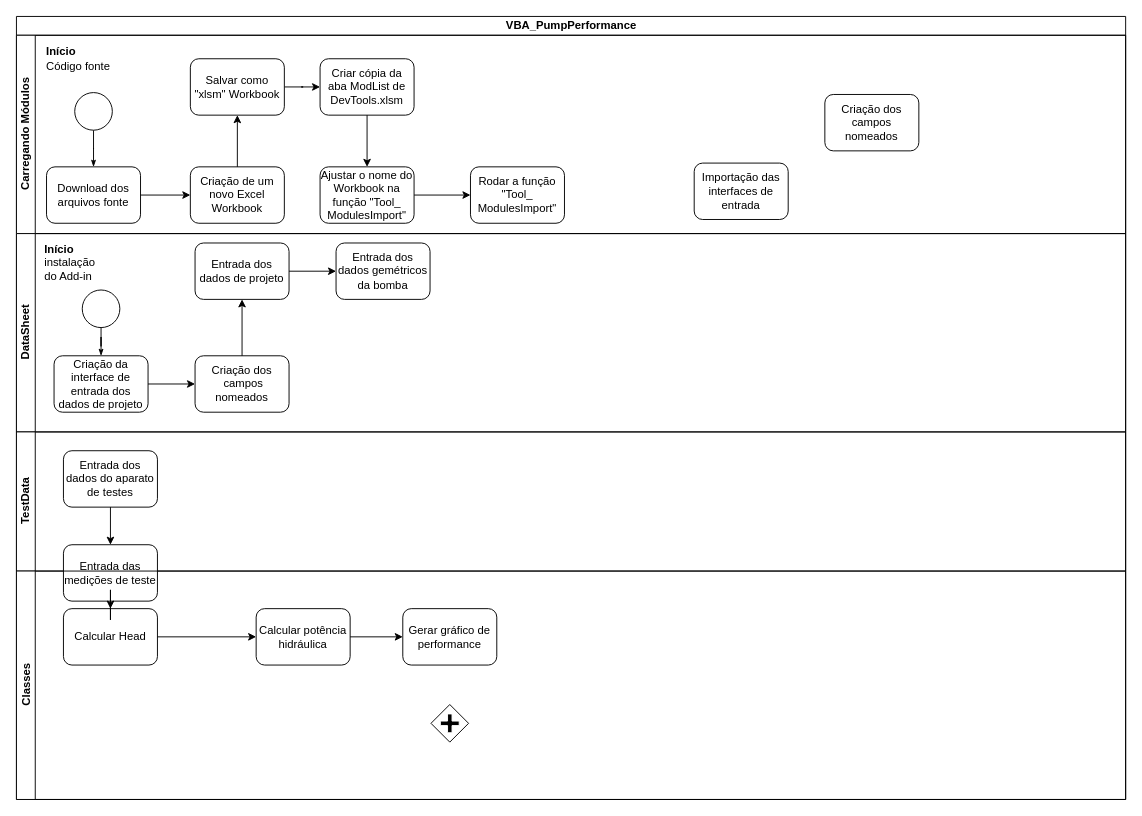
Earlier version of the draw.io diagram Fluxograma de Processo.drawio (eu-cristofer/VBA_PumpPerformance). Source tidied: cells renumbered, new cells numbered last; positions are measured from the earlier drawing's top-left corner, leaving out a move shared by most shapes. Both pictures are drawn from the tidied source at 94%, with x=0, y=0 at pixel (16, 16).
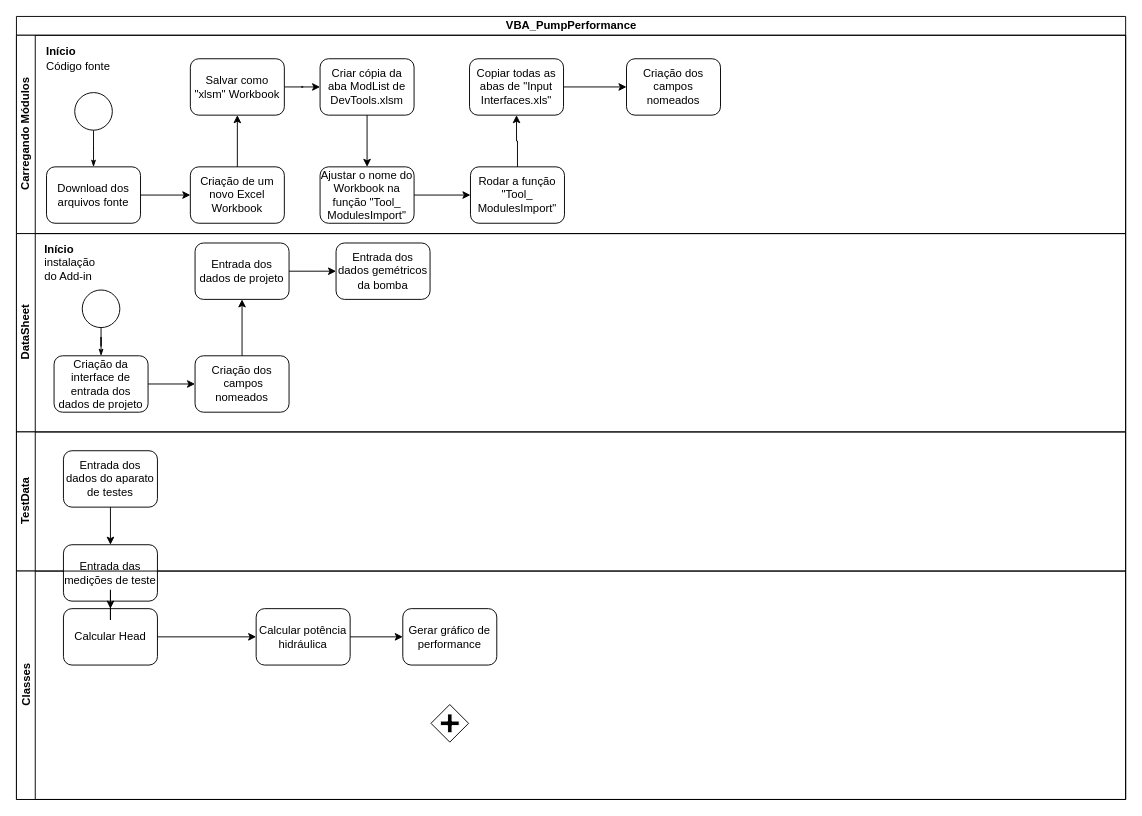
Above is the later version.

Commit message:
Update Fluxograma de Processo

Unchanged cells that the change refers to:
```xml
<mxCell id="3" value="Carregando Módulos" style="swimlane;html=1;startSize=20;horizontal=0;fontFamily=Helvetica;" parent="2" vertex="1">
  <mxGeometry y="20" width="1180" height="211" as="geometry" />
</mxCell>
<mxCell id="13" value="Rodar a função &quot;Tool_&lt;br&gt;ModulesImport&quot;" style="rounded=1;whiteSpace=wrap;html=1;shadow=0;labelBackgroundColor=none;strokeWidth=1;fontFamily=Helvetica;fontSize=12;align=center;" parent="3" vertex="1">
  <mxGeometry x="483" y="140" width="100" height="60" as="geometry" />
</mxCell>
```

The edit, as a diff of the source:
```diff
@@
     <mxCell id="8" value="Criação dos campos nomeados" style="rounded=1;whiteSpace=wrap;html=1;shadow=0;labelBackgroundColor=none;strokeWidth=1;fontFamily=Helvetica;fontSize=12;align=center;" parent="3" vertex="1">
-      <mxGeometry x="860" y="63" width="100" height="60" as="geometry" />
+      <mxGeometry x="649" y="25" width="100" height="60" as="geometry" />
     </mxCell>
-    <mxCell id="9" value="Importação das interfaces de entrada" style="rounded=1;whiteSpace=wrap;html=1;shadow=0;labelBackgroundColor=none;strokeWidth=1;fontFamily=Helvetica;fontSize=12;align=center;" parent="3" vertex="1">
-      <mxGeometry x="721" y="136" width="100" height="60" as="geometry" />
-    </mxCell>
@@
+    <mxCell id="43" style="edgeStyle=orthogonalEdgeStyle;rounded=0;jettySize=auto;html=1;" parent="1" edge="1" source="44" target="8">
+      <mxGeometry relative="1" as="geometry" />
+    </mxCell>
+    <mxCell id="44" value="Copiar todas as abas de &quot;Input Interfaces.xls&quot;" style="rounded=1;whiteSpace=wrap;html=1;shadow=0;labelBackgroundColor=none;strokeWidth=1;fontFamily=Helvetica;fontSize=12;align=center;" parent="1" vertex="1">
+      <mxGeometry x="482" y="45" width="100" height="60" as="geometry" />
+    </mxCell>
+    <mxCell id="45" style="edgeStyle=orthogonalEdgeStyle;rounded=0;jettySize=auto;html=1;entryX=0.5;entryY=1;entryDx=0;entryDy=0;" parent="1" edge="1" source="13" target="44">
+      <mxGeometry relative="1" as="geometry" />
+    </mxCell>
```
